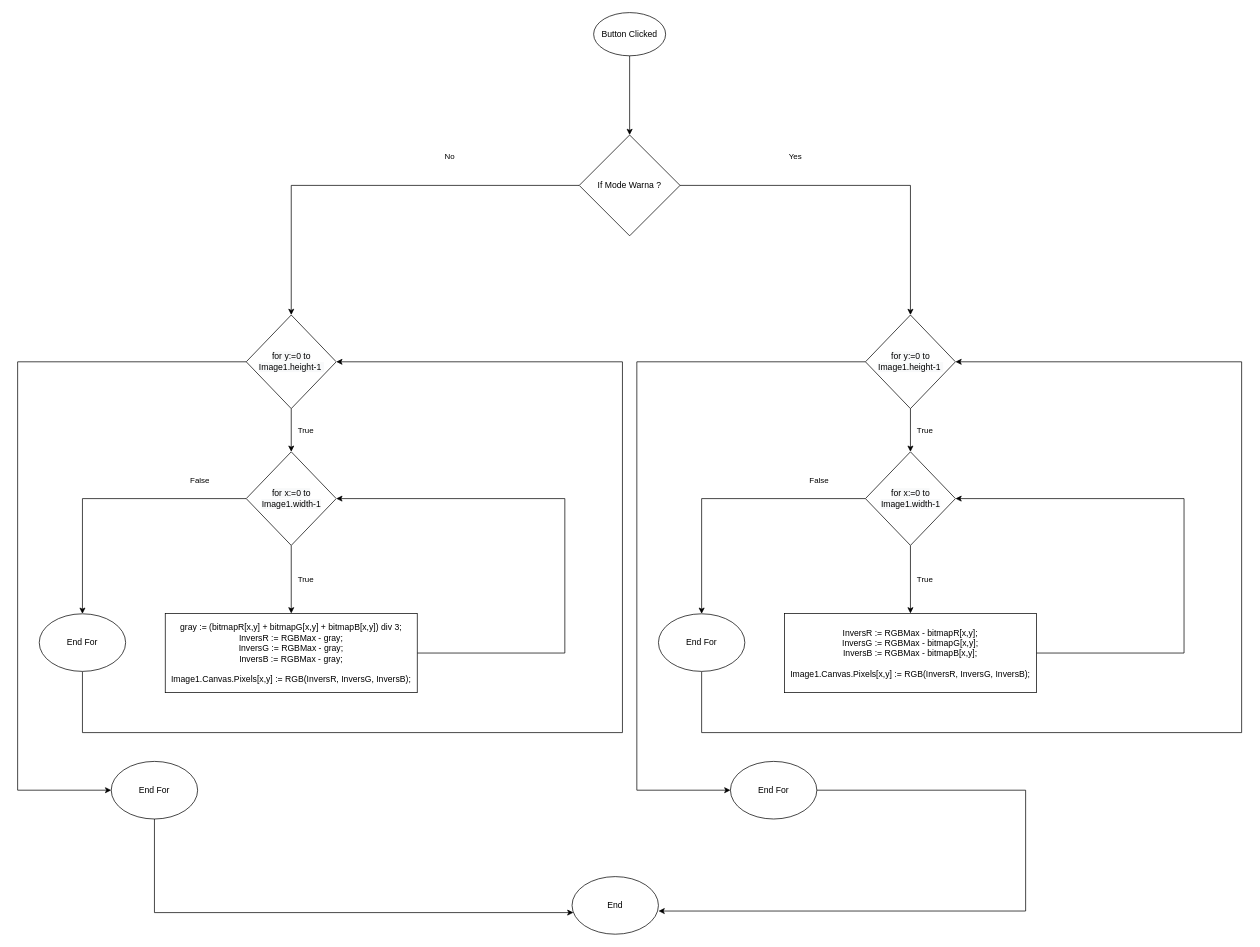
Earlier version of the draw.io diagram Flowchart/Invers.drawio (NRZero1/Image_Enhancement). Source tidied: cells renumbered, new cells numbered last; positions are measured from the earlier drawing's top-left corner, leaving out a move shared by most shapes. Both pictures are drawn from the tidied source at 72%, with x=0, y=0 at pixel (17, 12).
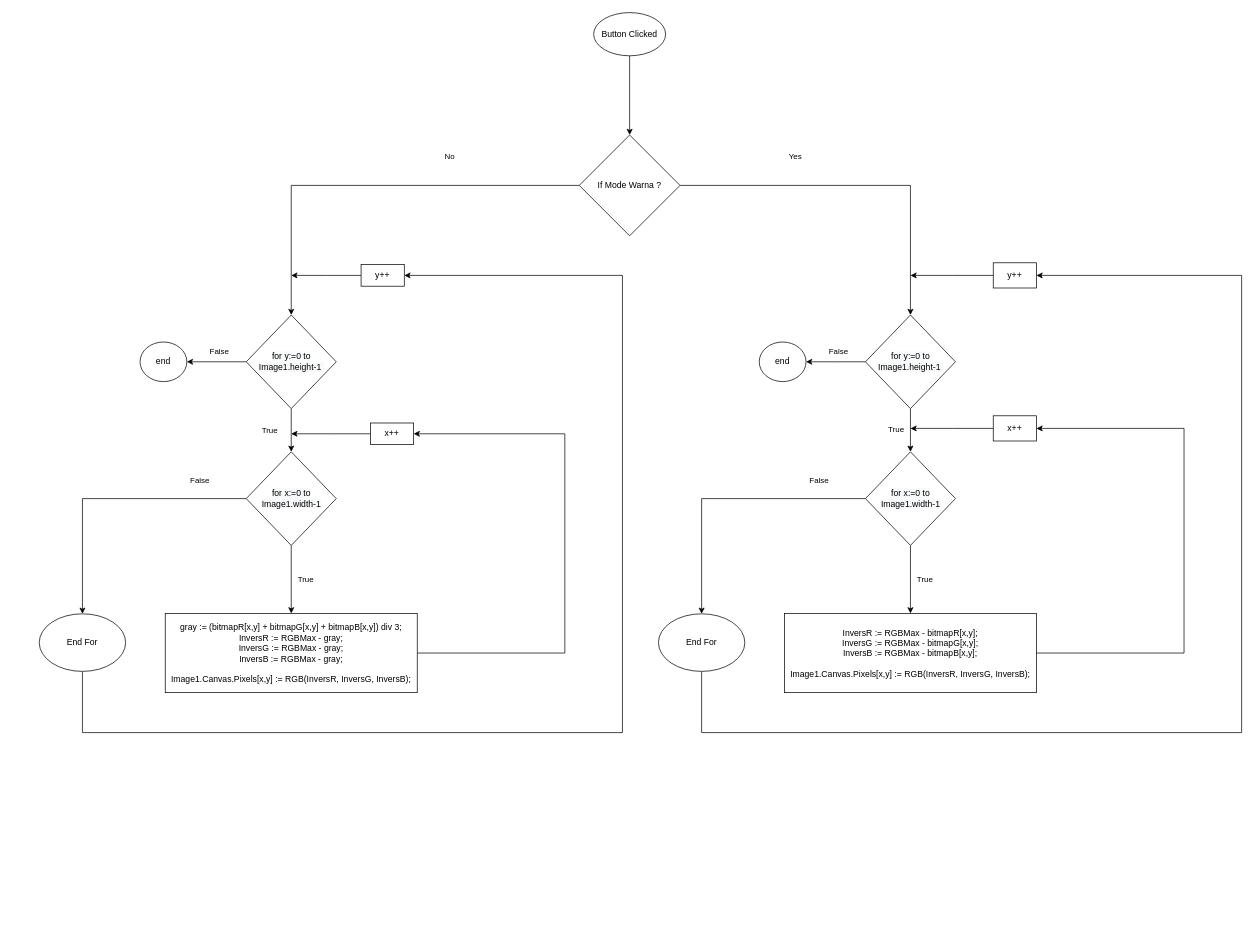
Above is the later version.

Commit message (it also covers changes not shown here):
FlowChart Biner dan Invers

Unchanged cells that the change refers to:
```xml
<mxCell id="6" value="&lt;span style=&quot;color: rgb(0 , 0 , 0) ; font-family: &amp;#34;helvetica&amp;#34; ; font-size: 12px ; font-style: normal ; font-weight: 400 ; letter-spacing: normal ; text-align: center ; text-indent: 0px ; text-transform: none ; word-spacing: 0px ; background-color: rgb(248 , 249 , 250) ; display: inline ; float: none&quot;&gt;for y:=0 to Image1.height-1&amp;nbsp;&lt;/span&gt;" style="rhombus;whiteSpace=wrap;html=1;" parent="1" vertex="1">
  <mxGeometry x="1177.5" y="420" width="125" height="130" as="geometry" />
</mxCell>
<mxCell id="9" value="&lt;span style=&quot;color: rgb(0 , 0 , 0) ; font-family: &amp;#34;helvetica&amp;#34; ; font-size: 12px ; font-style: normal ; font-weight: 400 ; letter-spacing: normal ; text-align: center ; text-indent: 0px ; text-transform: none ; word-spacing: 0px ; background-color: rgb(248 , 249 , 250) ; display: inline ; float: none&quot;&gt;for x:=0 to Image1.width-1&lt;/span&gt;" style="rhombus;whiteSpace=wrap;html=1;" parent="1" vertex="1">
  <mxGeometry x="1177.5" y="610" width="125" height="130" as="geometry" />
</mxCell>
<mxCell id="11" value="InversR := RGBMax - bitmapR[x,y];&lt;br&gt;InversG := RGBMax - bitmapG[x,y];&lt;br&gt;InversB := RGBMax - bitmapB[x,y];&lt;br&gt;&lt;br&gt;Image1.Canvas.Pixels[x,y] := RGB(InversR, InversG, InversB);" style="whiteSpace=wrap;html=1;" parent="1" vertex="1">
  <mxGeometry x="1065" y="834.5" width="350" height="110" as="geometry" />
</mxCell>
<mxCell id="13" value="End For" style="ellipse;whiteSpace=wrap;html=1;" parent="1" vertex="1">
  <mxGeometry x="890" y="835" width="120" height="80" as="geometry" />
</mxCell>
<mxCell id="21" value="&lt;span style=&quot;color: rgb(0 , 0 , 0) ; font-family: &amp;#34;helvetica&amp;#34; ; font-size: 12px ; font-style: normal ; font-weight: 400 ; letter-spacing: normal ; text-align: center ; text-indent: 0px ; text-transform: none ; word-spacing: 0px ; background-color: rgb(248 , 249 , 250) ; display: inline ; float: none&quot;&gt;for y:=0 to Image1.height-1&amp;nbsp;&lt;/span&gt;" style="rhombus;whiteSpace=wrap;html=1;" parent="1" vertex="1">
  <mxGeometry x="317.5" y="420" width="125" height="130" as="geometry" />
</mxCell>
<mxCell id="24" value="&lt;span style=&quot;color: rgb(0 , 0 , 0) ; font-family: &amp;#34;helvetica&amp;#34; ; font-size: 12px ; font-style: normal ; font-weight: 400 ; letter-spacing: normal ; text-align: center ; text-indent: 0px ; text-transform: none ; word-spacing: 0px ; background-color: rgb(248 , 249 , 250) ; display: inline ; float: none&quot;&gt;for x:=0 to Image1.width-1&lt;/span&gt;" style="rhombus;whiteSpace=wrap;html=1;" parent="1" vertex="1">
  <mxGeometry x="317.5" y="610" width="125" height="130" as="geometry" />
</mxCell>
<mxCell id="26" value="&lt;div&gt;gray := (bitmapR[x,y] + bitmapG[x,y] + bitmapB[x,y]) div 3;&lt;/div&gt;&lt;div&gt;&lt;span&gt;InversR := RGBMax - gray;&lt;/span&gt;&lt;/div&gt;&lt;div&gt;&lt;span&gt;InversG := RGBMax - gray;&lt;/span&gt;&lt;/div&gt;&lt;div&gt;&lt;span&gt;InversB := RGBMax - gray;&lt;/span&gt;&lt;/div&gt;&lt;div&gt;&lt;span&gt;&lt;br&gt;&lt;/span&gt;&lt;/div&gt;&lt;div&gt;&lt;span&gt;Image1.Canvas.Pixels[x,y] := RGB(InversR, InversG, InversB);&lt;br&gt;&lt;/span&gt;&lt;/div&gt;" style="whiteSpace=wrap;html=1;align=center;" parent="1" vertex="1">
  <mxGeometry x="205" y="834.5" width="350" height="110" as="geometry" />
</mxCell>
<mxCell id="28" value="End For" style="ellipse;whiteSpace=wrap;html=1;" parent="1" vertex="1">
  <mxGeometry x="30" y="835" width="120" height="80" as="geometry" />
</mxCell>
```

The edit, as a diff of the source:
```diff
@@
     <mxCell id="4" value="True" style="edgeStyle=orthogonalEdgeStyle;rounded=0;jettySize=auto;html=1;" parent="1" edge="1" source="6" target="9">
-      <mxGeometry y="20" relative="1" as="geometry" />
+      <mxGeometry y="-20" relative="1" as="geometry">
+        <mxPoint y="-1" as="offset" />
+      </mxGeometry>
     </mxCell>
-    <mxCell id="5" style="edgeStyle=orthogonalEdgeStyle;rounded=0;jettySize=auto;html=1;" parent="1" edge="1" source="6" target="15">
-      <mxGeometry relative="1" as="geometry">
-        <Array as="points">
-          <mxPoint x="860" y="485" />
-          <mxPoint x="860" y="1080" />
-        </Array>
-      </mxGeometry>
-    </mxCell>
+    <mxCell id="32" value="False" style="edgeStyle=orthogonalEdgeStyle;rounded=0;jettySize=auto;html=1;" parent="1" edge="1" source="6">
+      <mxGeometry x="-0.09" y="-15" relative="1" as="geometry">
+        <mxPoint x="1095" y="485" as="targetPoint" />
+      </mxGeometry>
+    </mxCell>
@@
-    <mxCell id="10" style="edgeStyle=orthogonalEdgeStyle;rounded=0;jettySize=auto;html=1;exitX=1;exitY=0.5;exitDx=0;exitDy=0;entryX=1;entryY=0.5;entryDx=0;entryDy=0;" parent="1" edge="1" source="11" target="9">
+    <mxCell id="10" style="edgeStyle=orthogonalEdgeStyle;rounded=0;jettySize=auto;html=1;exitX=1;exitY=0.5;exitDx=0;exitDy=0;entryX=1;entryY=0.5;entryDx=0;entryDy=0;" parent="1" edge="1" source="11" target="39">
       <mxGeometry relative="1" as="geometry">
         <Array as="points">
           <mxPoint x="1620" y="890" />
-          <mxPoint x="1620" y="675" />
+          <mxPoint x="1620" y="578" />
         </Array>
       </mxGeometry>
     </mxCell>
@@
-    <mxCell id="12" style="edgeStyle=orthogonalEdgeStyle;rounded=0;jettySize=auto;html=1;exitX=0.5;exitY=1;exitDx=0;exitDy=0;entryX=1;entryY=0.5;entryDx=0;entryDy=0;" parent="1" edge="1" source="13" target="6">
+    <mxCell id="12" style="edgeStyle=orthogonalEdgeStyle;rounded=0;jettySize=auto;html=1;exitX=0.5;exitY=1;exitDx=0;exitDy=0;entryX=1;entryY=0.5;entryDx=0;entryDy=0;" parent="1" edge="1" source="13" target="41">
       <mxGeometry relative="1" as="geometry">
         <Array as="points">
           <mxPoint x="950" y="1000" />
           <mxPoint x="1700" y="1000" />
-          <mxPoint x="1700" y="485" />
+          <mxPoint x="1700" y="365" />
         </Array>
       </mxGeometry>
     </mxCell>
@@
-    <mxCell id="14" style="edgeStyle=orthogonalEdgeStyle;rounded=0;jettySize=auto;html=1;exitX=1;exitY=0.5;exitDx=0;exitDy=0;entryX=1.001;entryY=0.598;entryDx=0;entryDy=0;entryPerimeter=0;" parent="1" edge="1" source="15" target="31">
-      <mxGeometry relative="1" as="geometry">
-        <Array as="points">
-          <mxPoint x="1400" y="1080" />
-          <mxPoint x="1400" y="1248" />
-        </Array>
-      </mxGeometry>
-    </mxCell>
-    <mxCell id="15" value="End For" style="ellipse;whiteSpace=wrap;html=1;" parent="1" vertex="1">
-      <mxGeometry x="990" y="1040" width="120" height="80" as="geometry" />
-    </mxCell>
@@
     <mxCell id="19" value="True" style="edgeStyle=orthogonalEdgeStyle;rounded=0;jettySize=auto;html=1;" parent="1" edge="1" source="21" target="24">
-      <mxGeometry y="20" relative="1" as="geometry" />
+      <mxGeometry y="-30" relative="1" as="geometry" />
     </mxCell>
-    <mxCell id="20" style="edgeStyle=orthogonalEdgeStyle;rounded=0;jettySize=auto;html=1;" parent="1" edge="1" source="21" target="30">
-      <mxGeometry relative="1" as="geometry">
-        <Array as="points">
-          <mxPoint y="485" />
-          <mxPoint y="1080" />
-        </Array>
-      </mxGeometry>
-    </mxCell>
+    <mxCell id="33" value="False" style="edgeStyle=orthogonalEdgeStyle;rounded=0;jettySize=auto;html=1;entryX=1;entryY=0.5;entryDx=0;entryDy=0;" parent="1" edge="1" source="21" target="43">
+      <mxGeometry x="-0.09" y="-15" relative="1" as="geometry" />
+    </mxCell>
@@
-    <mxCell id="25" style="edgeStyle=orthogonalEdgeStyle;rounded=0;jettySize=auto;html=1;exitX=1;exitY=0.5;exitDx=0;exitDy=0;entryX=1;entryY=0.5;entryDx=0;entryDy=0;" parent="1" edge="1" source="26" target="24">
+    <mxCell id="25" style="edgeStyle=orthogonalEdgeStyle;rounded=0;jettySize=auto;html=1;exitX=1;exitY=0.5;exitDx=0;exitDy=0;entryX=1;entryY=0.5;entryDx=0;entryDy=0;" parent="1" edge="1" source="26" target="35">
       <mxGeometry relative="1" as="geometry">
         <Array as="points">
           <mxPoint x="760" y="890" />
-          <mxPoint x="760" y="675" />
+          <mxPoint x="760" y="585" />
         </Array>
       </mxGeometry>
     </mxCell>
@@
-    <mxCell id="27" style="edgeStyle=orthogonalEdgeStyle;rounded=0;jettySize=auto;html=1;exitX=0.5;exitY=1;exitDx=0;exitDy=0;entryX=1;entryY=0.5;entryDx=0;entryDy=0;" parent="1" edge="1" source="28" target="21">
+    <mxCell id="27" style="edgeStyle=orthogonalEdgeStyle;rounded=0;jettySize=auto;html=1;exitX=0.5;exitY=1;exitDx=0;exitDy=0;entryX=1;entryY=0.5;entryDx=0;entryDy=0;" parent="1" edge="1" source="28" target="37">
       <mxGeometry relative="1" as="geometry">
         <Array as="points">
           <mxPoint x="90" y="1000" />
           <mxPoint x="840" y="1000" />
-          <mxPoint x="840" y="485" />
+          <mxPoint x="840" y="365" />
         </Array>
       </mxGeometry>
     </mxCell>
@@
-    <mxCell id="29" style="edgeStyle=orthogonalEdgeStyle;rounded=0;jettySize=auto;html=1;" parent="1" edge="1" source="30" target="31">
-      <mxGeometry relative="1" as="geometry">
-        <Array as="points">
-          <mxPoint x="190" y="1250" />
-        </Array>
-      </mxGeometry>
-    </mxCell>
-    <mxCell id="30" value="End For" style="ellipse;whiteSpace=wrap;html=1;" parent="1" vertex="1">
-      <mxGeometry x="130" y="1040" width="120" height="80" as="geometry" />
-    </mxCell>
-    <mxCell id="31" value="End" style="ellipse;whiteSpace=wrap;html=1;" parent="1" vertex="1">
-      <mxGeometry x="770" y="1200" width="120" height="80" as="geometry" />
-    </mxCell>
+    <mxCell id="34" style="edgeStyle=orthogonalEdgeStyle;rounded=0;jettySize=auto;html=1;" parent="1" edge="1" source="35">
+      <mxGeometry relative="1" as="geometry">
+        <mxPoint x="380" y="585" as="targetPoint" />
+      </mxGeometry>
+    </mxCell>
+    <mxCell id="35" value="x++" style="rounded=0;whiteSpace=wrap;html=1;" parent="1" vertex="1">
+      <mxGeometry x="490" y="570" width="60" height="30" as="geometry" />
+    </mxCell>
+    <mxCell id="36" style="edgeStyle=orthogonalEdgeStyle;rounded=0;jettySize=auto;html=1;" parent="1" edge="1" source="37">
+      <mxGeometry relative="1" as="geometry">
+        <mxPoint x="380" y="365" as="targetPoint" />
+      </mxGeometry>
+    </mxCell>
+    <mxCell id="37" value="y++" style="rounded=0;whiteSpace=wrap;html=1;" parent="1" vertex="1">
+      <mxGeometry x="477" y="350" width="60" height="30" as="geometry" />
+    </mxCell>
+    <mxCell id="38" style="edgeStyle=orthogonalEdgeStyle;rounded=0;jettySize=auto;html=1;" parent="1" edge="1" source="39">
+      <mxGeometry relative="1" as="geometry">
+        <mxPoint x="1240" y="577.5" as="targetPoint" />
+      </mxGeometry>
+    </mxCell>
+    <mxCell id="39" value="x++" style="rounded=0;whiteSpace=wrap;html=1;" parent="1" vertex="1">
+      <mxGeometry x="1355" y="560" width="60" height="35" as="geometry" />
+    </mxCell>
+    <mxCell id="40" style="edgeStyle=orthogonalEdgeStyle;rounded=0;jettySize=auto;html=1;" parent="1" edge="1" source="41">
+      <mxGeometry relative="1" as="geometry">
+        <mxPoint x="1240" y="365" as="targetPoint" />
+      </mxGeometry>
+    </mxCell>
+    <mxCell id="41" value="y++" style="rounded=0;whiteSpace=wrap;html=1;" parent="1" vertex="1">
+      <mxGeometry x="1355" y="347.5" width="60" height="35" as="geometry" />
+    </mxCell>
+    <mxCell id="42" value="end" style="ellipse;whiteSpace=wrap;html=1;" parent="1" vertex="1">
+      <mxGeometry x="1030" y="457.5" width="65" height="55" as="geometry" />
+    </mxCell>
+    <mxCell id="43" value="end" style="ellipse;whiteSpace=wrap;html=1;" parent="1" vertex="1">
+      <mxGeometry x="170" y="457.5" width="65" height="55" as="geometry" />
+    </mxCell>
```
